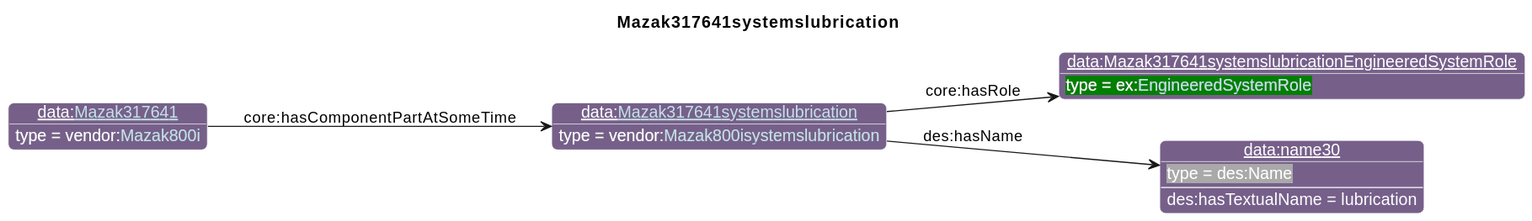
Above: diagrams/Mazak317641systemslubrication.svg in iofoundry/example-syseng-mtconnect (PlantUML), before the change. Source of this version:
```plantuml
@startuml
!include ../iof.iuml

<style>
object {
  HyperlinkColor #C4E1E6
}
</style>

left to right direction
skinparam linetype polyline
title Mazak317641systemslubrication

!$default_direction = down

!$namespace_colors = { "bfo":"DFA702",
                      "iof":"1E90FF",
                      "ns":"Green",
                      "ns1":"76608A",
                      "core":"000000",
                      "ex":"Green",
                      "data":"76608A",
                      "vendor":"76608A",
                      "units":"8A2D3B",
                      "cmns-dsg":"3A0519",
                      "qp":"641B2E"
      }
individual(o0, data:[[./Mazak317641systemslubrication.html Mazak317641systemslubrication]], vendor:[[../Mazak.html#Mazak800isystemslubrication Mazak800isystemslubrication]])
individual(o1, data:Mazak317641systemslubricationEngineeredSystemRole, ex:[[../Example.html#EngineeredSystemRole EngineeredSystemRole]])
individual(o2, data:name30, des:Name)
individual(o3, data:[[./Mazak317641.html Mazak317641]], vendor:[[../Mazak.html#Mazak800i Mazak800i]])
property(o0, "core:hasRole", o1)
property(o0, "des:hasName", o2)
data(o2, "des:hasTextualName", "lubrication")
property(o3, "core:hasComponentPartAtSomeTime", o0)
@enduml
```
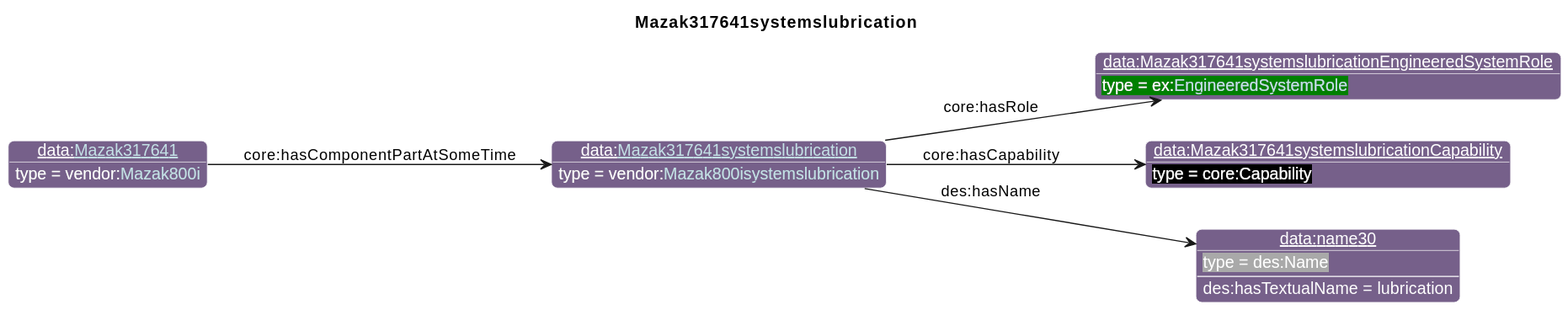
After the commit.

What changed in the source:
```diff
@@ -27,10 +27,12 @@
       }
 individual(o0, data:[[./Mazak317641systemslubrication.html Mazak317641systemslubrication]], vendor:[[../Mazak.html#Mazak800isystemslubrication Mazak800isystemslubrication]])
 individual(o1, data:Mazak317641systemslubricationEngineeredSystemRole, ex:[[../Example.html#EngineeredSystemRole EngineeredSystemRole]])
-individual(o2, data:name30, des:Name)
-individual(o3, data:[[./Mazak317641.html Mazak317641]], vendor:[[../Mazak.html#Mazak800i Mazak800i]])
+individual(o2, data:Mazak317641systemslubricationCapability, core:Capability)
+individual(o3, data:name30, des:Name)
+individual(o4, data:[[./Mazak317641.html Mazak317641]], vendor:[[../Mazak.html#Mazak800i Mazak800i]])
 property(o0, "core:hasRole", o1)
-property(o0, "des:hasName", o2)
-data(o2, "des:hasTextualName", "lubrication")
-property(o3, "core:hasComponentPartAtSomeTime", o0)
+property(o0, "core:hasCapability", o2)
+property(o0, "des:hasName", o3)
+data(o3, "des:hasTextualName", "lubrication")
+property(o4, "core:hasComponentPartAtSomeTime", o0)
 @enduml
```
